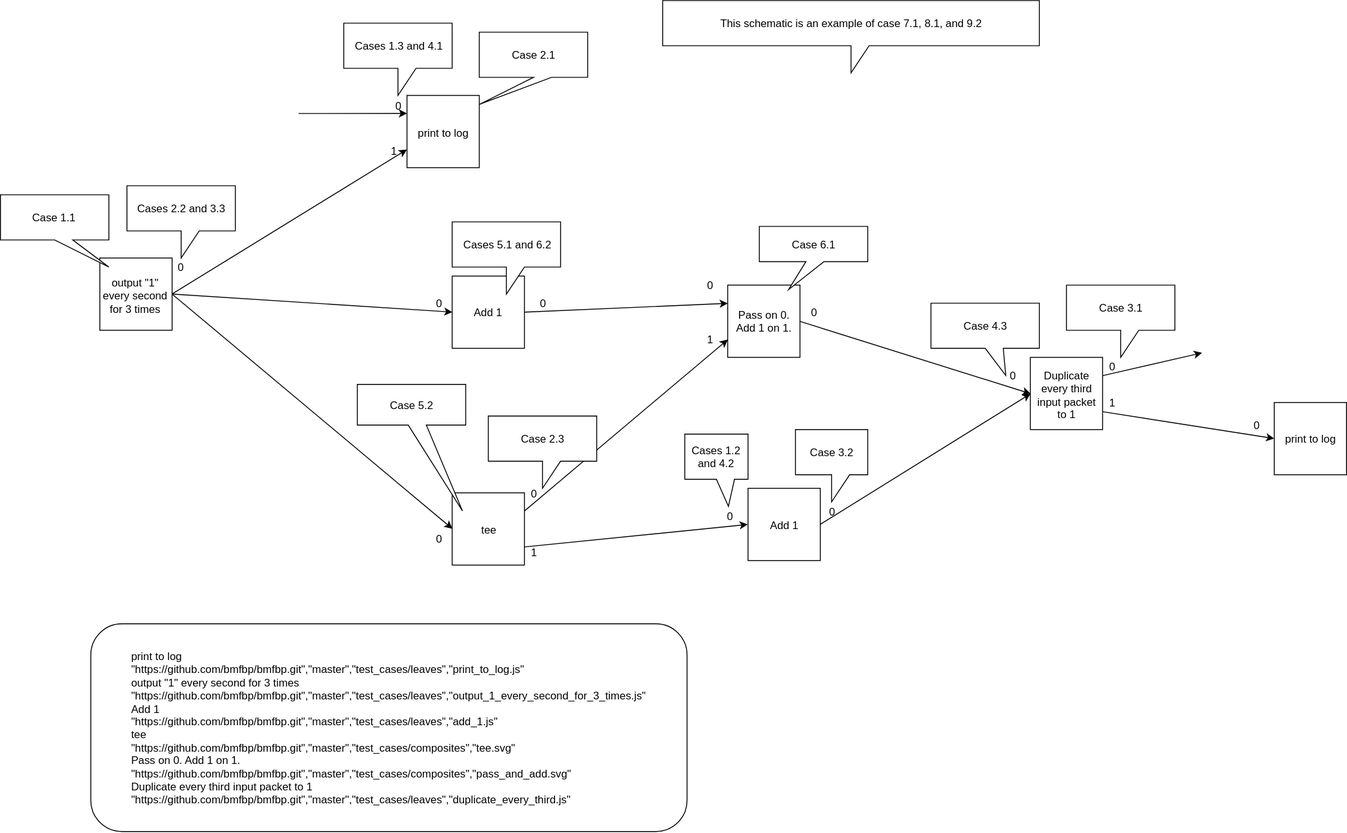
Earlier version of the draw.io export test_cases/all_diagrams.svg (bmfbp/bmfbp). Source tidied: cells renumbered, new cells last; positions are measured from the earlier drawing's top-left corner, leaving out a move shared by most shapes.
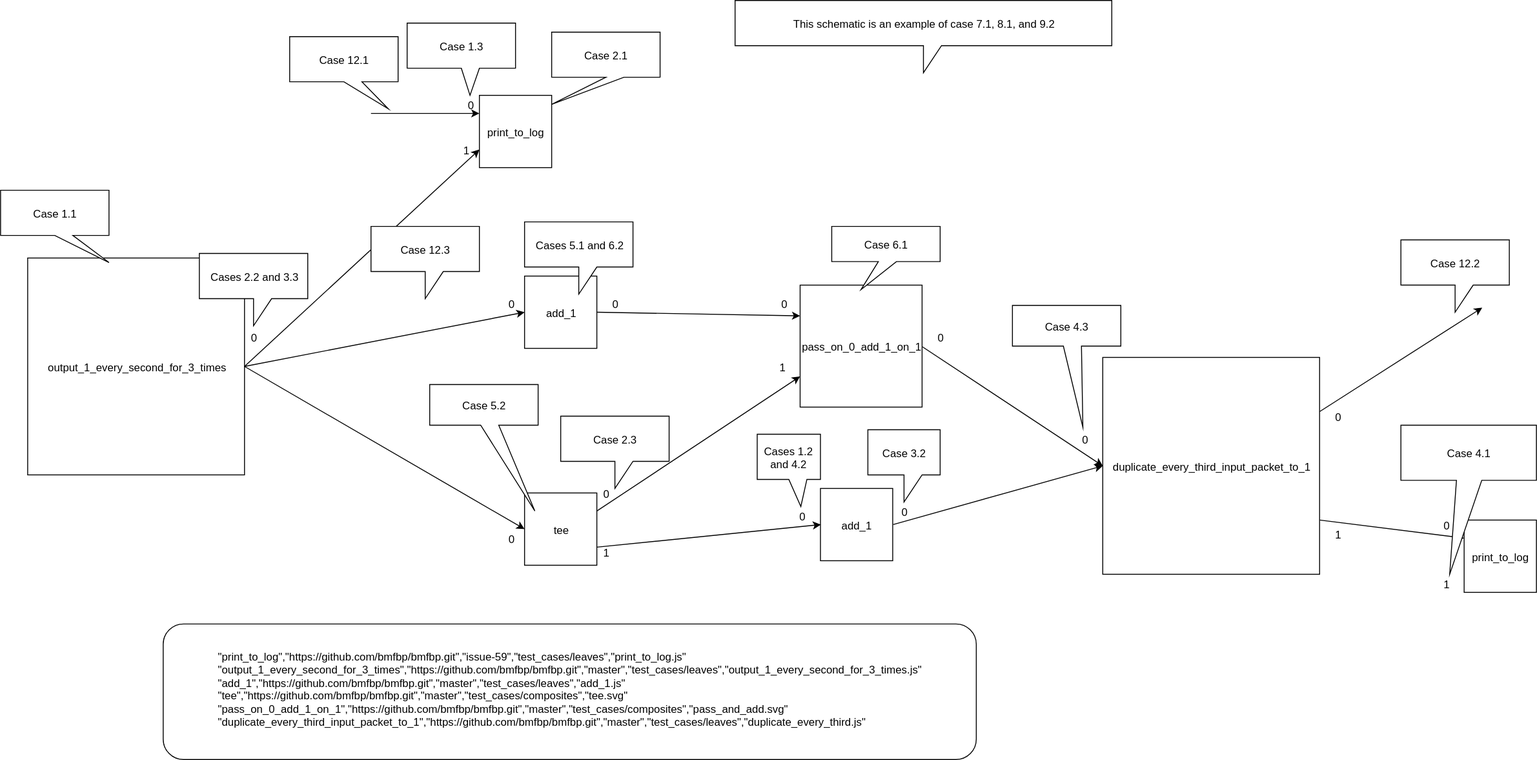
Later version of the same file.

The edit, as a diff of the source:
```diff
@@ -2,26 +2,26 @@
   <root>
     <mxCell id="0" />
     <mxCell id="1" parent="0" />
-    <mxCell id="2" value="output &quot;1&quot; every second for 3 times" style="whiteSpace=wrap;html=1;" parent="1" vertex="1">
-      <mxGeometry x="110" y="285" width="80" height="80" as="geometry" />
+    <mxCell id="2" value="output_1_every_second_for_3_times&lt;br&gt;" style="whiteSpace=wrap;html=1;" parent="1" vertex="1">
+      <mxGeometry x="-50" y="285" width="240" height="240" as="geometry" />
     </mxCell>
-    <mxCell id="3" value="print to log" style="whiteSpace=wrap;html=1;" parent="1" vertex="1">
+    <mxCell id="3" value="print_to_log" style="whiteSpace=wrap;html=1;" parent="1" vertex="1">
       <mxGeometry x="450" y="105" width="80" height="80" as="geometry" />
     </mxCell>
-    <mxCell id="4" value="Add 1" style="whiteSpace=wrap;html=1;" parent="1" vertex="1">
+    <mxCell id="4" value="add_1" style="whiteSpace=wrap;html=1;" parent="1" vertex="1">
       <mxGeometry x="500" y="305" width="80" height="80" as="geometry" />
     </mxCell>
     <mxCell id="5" value="tee" style="whiteSpace=wrap;html=1;" parent="1" vertex="1">
       <mxGeometry x="500" y="545" width="80" height="80" as="geometry" />
     </mxCell>
-    <mxCell id="6" value="Pass on 0. Add 1 on 1." style="whiteSpace=wrap;html=1;" parent="1" vertex="1">
-      <mxGeometry x="805" y="315" width="80" height="80" as="geometry" />
+    <mxCell id="6" value="pass_on_0_add_1_on_1" style="whiteSpace=wrap;html=1;" parent="1" vertex="1">
+      <mxGeometry x="805" y="315" width="135" height="135" as="geometry" />
     </mxCell>
-    <mxCell id="7" value="Add 1" style="whiteSpace=wrap;html=1;" parent="1" vertex="1">
+    <mxCell id="7" value="add_1" style="whiteSpace=wrap;html=1;" parent="1" vertex="1">
       <mxGeometry x="827.5" y="540" width="80" height="80" as="geometry" />
     </mxCell>
-    <mxCell id="8" value="Duplicate every third input packet to 1" style="whiteSpace=wrap;html=1;" parent="1" vertex="1">
-      <mxGeometry x="1140" y="395" width="80" height="80" as="geometry" />
+    <mxCell id="8" value="duplicate_every_third_input_packet_to_1" style="whiteSpace=wrap;html=1;" parent="1" vertex="1">
+      <mxGeometry x="1140" y="395" width="240" height="240" as="geometry" />
     </mxCell>
     <mxCell id="9" style="endArrow=classic;html=1;exitX=1;exitY=0.5;exitDx=0;exitDy=0;entryX=0;entryY=0.75;entryDx=0;entryDy=0;" parent="1" edge="1" source="2" target="3">
       <mxGeometry relative="1" as="geometry" />
@@ -54,14 +54,14 @@
     </mxCell>
     <mxCell id="18" style="endArrow=classic;html=1;exitX=1;exitY=0.25;exitDx=0;exitDy=0;" parent="1" edge="1" source="8">
       <mxGeometry relative="1" as="geometry">
-        <mxPoint x="1330" y="390" as="targetPoint" />
+        <mxPoint x="1560" y="340" as="targetPoint" />
       </mxGeometry>
     </mxCell>
     <mxCell id="19" value="Cases 2.2 and 3.3" style="shape=callout;whiteSpace=wrap;html=1;perimeter=calloutPerimeter;" parent="1" vertex="1">
-      <mxGeometry x="140" y="205" width="120" height="80" as="geometry" />
+      <mxGeometry x="140" y="280" width="120" height="80" as="geometry" />
     </mxCell>
     <mxCell id="20" value="0" style="text;html=1;strokeColor=none;fillColor=none;align=center;verticalAlign=middle;whiteSpace=wrap;rounded=0;" parent="1" vertex="1">
-      <mxGeometry x="180" y="285" width="40" height="20" as="geometry" />
+      <mxGeometry x="180" y="362.5" width="40" height="20" as="geometry" />
     </mxCell>
     <mxCell id="21" value="0" style="text;html=1;strokeColor=none;fillColor=none;align=center;verticalAlign=middle;whiteSpace=wrap;rounded=0;" parent="1" vertex="1">
       <mxGeometry x="420" y="105" width="40" height="20" as="geometry" />
@@ -79,19 +79,19 @@
       <mxGeometry x="580" y="325" width="40" height="20" as="geometry" />
     </mxCell>
     <mxCell id="26" value="0" style="text;html=1;strokeColor=none;fillColor=none;align=center;verticalAlign=middle;whiteSpace=wrap;rounded=0;" parent="1" vertex="1">
-      <mxGeometry x="765" y="305" width="40" height="20" as="geometry" />
+      <mxGeometry x="767.5" y="325" width="40" height="20" as="geometry" />
     </mxCell>
     <mxCell id="27" value="1" style="text;html=1;strokeColor=none;fillColor=none;align=center;verticalAlign=middle;whiteSpace=wrap;rounded=0;" parent="1" vertex="1">
-      <mxGeometry x="765" y="365" width="40" height="20" as="geometry" />
+      <mxGeometry x="765" y="395" width="40" height="20" as="geometry" />
     </mxCell>
     <mxCell id="28" value="0" style="text;html=1;strokeColor=none;fillColor=none;align=center;verticalAlign=middle;whiteSpace=wrap;rounded=0;" parent="1" vertex="1">
       <mxGeometry x="787.5" y="560" width="40" height="20" as="geometry" />
     </mxCell>
     <mxCell id="29" value="0" style="text;html=1;strokeColor=none;fillColor=none;align=center;verticalAlign=middle;whiteSpace=wrap;rounded=0;" parent="1" vertex="1">
-      <mxGeometry x="1100" y="405" width="40" height="20" as="geometry" />
+      <mxGeometry x="1100" y="475" width="40" height="20" as="geometry" />
     </mxCell>
     <mxCell id="30" value="0" style="text;html=1;strokeColor=none;fillColor=none;align=center;verticalAlign=middle;whiteSpace=wrap;rounded=0;" parent="1" vertex="1">
-      <mxGeometry x="1210" y="395" width="40" height="20" as="geometry" />
+      <mxGeometry x="1380" y="450" width="40" height="20" as="geometry" />
     </mxCell>
     <mxCell id="31" value="0" style="text;html=1;strokeColor=none;fillColor=none;align=center;verticalAlign=middle;whiteSpace=wrap;rounded=0;" parent="1" vertex="1">
       <mxGeometry x="570" y="535" width="40" height="20" as="geometry" />
@@ -100,13 +100,13 @@
       <mxGeometry x="570" y="600" width="40" height="20" as="geometry" />
     </mxCell>
     <mxCell id="33" value="0" style="text;html=1;strokeColor=none;fillColor=none;align=center;verticalAlign=middle;whiteSpace=wrap;rounded=0;" parent="1" vertex="1">
-      <mxGeometry x="880" y="335" width="40" height="20" as="geometry" />
+      <mxGeometry x="940" y="362.5" width="40" height="20" as="geometry" />
     </mxCell>
     <mxCell id="34" value="0" style="text;html=1;strokeColor=none;fillColor=none;align=center;verticalAlign=middle;whiteSpace=wrap;rounded=0;" parent="1" vertex="1">
       <mxGeometry x="900" y="555" width="40" height="20" as="geometry" />
     </mxCell>
-    <mxCell id="35" value="Cases 1.3 and 4.1" style="shape=callout;whiteSpace=wrap;html=1;perimeter=calloutPerimeter;" parent="1" vertex="1">
-      <mxGeometry x="380" y="25" width="120" height="80" as="geometry" />
+    <mxCell id="35" value="Case 1.3" style="shape=callout;whiteSpace=wrap;html=1;perimeter=calloutPerimeter;position2=0.58;" parent="1" vertex="1">
+      <mxGeometry x="370" y="25" width="120" height="80" as="geometry" />
     </mxCell>
     <mxCell id="36" value="Cases 5.1 and 6.2" style="shape=callout;whiteSpace=wrap;html=1;perimeter=calloutPerimeter;" parent="1" vertex="1">
       <mxGeometry x="500" y="245" width="120" height="80" as="geometry" />
@@ -117,11 +117,11 @@
     <mxCell id="38" value="Case 2.3" style="shape=callout;whiteSpace=wrap;html=1;perimeter=calloutPerimeter;" parent="1" vertex="1">
       <mxGeometry x="540" y="460" width="120" height="80" as="geometry" />
     </mxCell>
-    <mxCell id="39" value="Case 4.3" style="shape=callout;whiteSpace=wrap;html=1;perimeter=calloutPerimeter;position2=0.69;" parent="1" vertex="1">
-      <mxGeometry x="1030" y="335" width="120" height="80" as="geometry" />
+    <mxCell id="39" value="Case 4.3" style="shape=callout;whiteSpace=wrap;html=1;perimeter=calloutPerimeter;position2=0.65;size=90;position=0.47;" parent="1" vertex="1">
+      <mxGeometry x="1040" y="337.5" width="120" height="135" as="geometry" />
     </mxCell>
-    <mxCell id="40" value="Case 3.1" style="shape=callout;whiteSpace=wrap;html=1;perimeter=calloutPerimeter;" parent="1" vertex="1">
-      <mxGeometry x="1180" y="315" width="120" height="80" as="geometry" />
+    <mxCell id="40" value="Case 12.2" style="shape=callout;whiteSpace=wrap;html=1;perimeter=calloutPerimeter;" parent="1" vertex="1">
+      <mxGeometry x="1470" y="265" width="120" height="80" as="geometry" />
     </mxCell>
     <mxCell id="41" value="Case 3.2" style="shape=callout;whiteSpace=wrap;html=1;perimeter=calloutPerimeter;" parent="1" vertex="1">
       <mxGeometry x="880" y="475" width="80" height="80" as="geometry" />
@@ -133,28 +133,40 @@
       <mxGeometry x="530" y="35" width="120" height="80" as="geometry" />
     </mxCell>
     <mxCell id="44" value="Case 1.1" style="shape=callout;whiteSpace=wrap;html=1;perimeter=calloutPerimeter;position2=1;" parent="1" vertex="1">
-      <mxGeometry y="215" width="120" height="80" as="geometry" />
+      <mxGeometry x="-80" y="210" width="120" height="80" as="geometry" />
     </mxCell>
     <mxCell id="45" value="Case 5.2" style="shape=callout;whiteSpace=wrap;html=1;perimeter=calloutPerimeter;position2=0.97;size=95;position=0.47;" parent="1" vertex="1">
       <mxGeometry x="395" y="425" width="120" height="140" as="geometry" />
     </mxCell>
-    <mxCell id="46" style="endArrow=classic;html=1;exitX=1;exitY=0.75;exitDx=0;exitDy=0;entryX=0;entryY=0.5;entryDx=0;entryDy=0;" parent="1" edge="1" source="8" target="50">
+    <mxCell id="46" style="endArrow=classic;html=1;exitX=1;exitY=0.75;exitDx=0;exitDy=0;entryX=0;entryY=0.25;entryDx=0;entryDy=0;" parent="1" edge="1" source="8" target="50">
       <mxGeometry relative="1" as="geometry" />
     </mxCell>
     <mxCell id="47" value="1" style="text;html=1;strokeColor=none;fillColor=none;align=center;verticalAlign=middle;whiteSpace=wrap;rounded=0;" parent="1" vertex="1">
-      <mxGeometry x="1210" y="435" width="40" height="20" as="geometry" />
+      <mxGeometry x="1380" y="580" width="40" height="20" as="geometry" />
     </mxCell>
     <mxCell id="48" value="This schematic is an example of case 7.1, 8.1, and 9.2" style="shape=callout;whiteSpace=wrap;html=1;perimeter=calloutPerimeter;" parent="1" vertex="1">
       <mxGeometry x="733" width="417" height="80" as="geometry" />
     </mxCell>
-    <mxCell id="49" value="&lt;div style=&quot;text-align: left&quot;&gt;&lt;div&gt;print to log&lt;/div&gt;&lt;div&gt;&quot;https://github.com/bmfbp/bmfbp.git&quot;,&quot;master&quot;,&quot;test_cases/leaves&quot;,&quot;print_to_log.js&quot;&lt;/div&gt;&lt;div&gt;output &quot;1&quot; every second for 3 times&lt;/div&gt;&lt;div&gt;&quot;https://github.com/bmfbp/bmfbp.git&quot;,&quot;master&quot;,&quot;test_cases/leaves&quot;,&quot;output_1_every_second_for_3_times.js&quot;&lt;/div&gt;&lt;div&gt;Add 1&lt;/div&gt;&lt;div&gt;&quot;https://github.com/bmfbp/bmfbp.git&quot;,&quot;master&quot;,&quot;test_cases/leaves&quot;,&quot;add_1.js&quot;&lt;/div&gt;&lt;div&gt;tee&lt;/div&gt;&lt;div&gt;&quot;https://github.com/bmfbp/bmfbp.git&quot;,&quot;master&quot;,&quot;test_cases/composites&quot;,&quot;tee.svg&quot;&lt;/div&gt;&lt;div&gt;Pass on 0. Add 1 on 1.&lt;/div&gt;&lt;div&gt;&quot;https://github.com/bmfbp/bmfbp.git&quot;,&quot;master&quot;,&quot;test_cases/composites&quot;,&quot;pass_and_add.svg&quot;&lt;/div&gt;&lt;div&gt;Duplicate every third input packet to 1&lt;/div&gt;&lt;div&gt;&quot;https://github.com/bmfbp/bmfbp.git&quot;,&quot;master&quot;,&quot;test_cases/leaves&quot;,&quot;duplicate_every_third.js&quot;&lt;/div&gt;&lt;div&gt;&lt;br&gt;&lt;/div&gt;&lt;/div&gt;" style="rounded=1;whiteSpace=wrap;html=1;" parent="1" vertex="1">
-      <mxGeometry x="100" y="690" width="660" height="230" as="geometry" />
+    <mxCell id="49" value="&lt;div style=&quot;text-align: left&quot;&gt;&lt;div&gt;&lt;div&gt;&lt;span&gt;&quot;print_to_log&quot;,&quot;https://github.com/bmfbp/bmfbp.git&quot;,&quot;issue-59&quot;,&quot;test_cases/leaves&quot;,&quot;print_to_log.js&quot;&lt;/span&gt;&lt;/div&gt;&lt;div&gt;&lt;span&gt;&quot;output_1_every_second_for_3_times&quot;,&quot;https://github.com/bmfbp/bmfbp.git&quot;,&quot;master&quot;,&quot;test_cases/leaves&quot;,&quot;output_1_every_second_for_3_times.js&quot;&lt;/span&gt;&lt;/div&gt;&lt;div&gt;&lt;span&gt;&quot;add_1&quot;,&quot;https://github.com/bmfbp/bmfbp.git&quot;,&quot;master&quot;,&quot;test_cases/leaves&quot;,&quot;add_1.js&quot;&lt;/span&gt;&lt;/div&gt;&lt;div&gt;&lt;span&gt;&quot;tee&quot;,&quot;https://github.com/bmfbp/bmfbp.git&quot;,&quot;master&quot;,&quot;test_cases/composites&quot;,&quot;tee.svg&quot;&lt;/span&gt;&lt;/div&gt;&lt;div&gt;&lt;span&gt;&quot;pass_on_0_add_1_on_1&quot;,&quot;https://github.com/bmfbp/bmfbp.git&quot;,&quot;master&quot;,&quot;test_cases/composites&quot;,&quot;pass_and_add.svg&quot;&lt;/span&gt;&lt;/div&gt;&lt;div&gt;&lt;span&gt;&quot;duplicate_every_third_input_packet_to_1&quot;,&quot;https://github.com/bmfbp/bmfbp.git&quot;,&quot;master&quot;,&quot;test_cases/leaves&quot;,&quot;duplicate_every_third.js&quot;&lt;/span&gt;&lt;/div&gt;&lt;/div&gt;&lt;div&gt;&lt;br&gt;&lt;/div&gt;&lt;/div&gt;" style="rounded=1;whiteSpace=wrap;html=1;" parent="1" vertex="1">
+      <mxGeometry x="100" y="690" width="900" height="150" as="geometry" />
     </mxCell>
-    <mxCell id="50" value="print to log" style="whiteSpace=wrap;html=1;" parent="1" vertex="1">
-      <mxGeometry x="1410" y="445" width="80" height="80" as="geometry" />
+    <mxCell id="50" value="print_to_log" style="whiteSpace=wrap;html=1;" parent="1" vertex="1">
+      <mxGeometry x="1540" y="575" width="80" height="80" as="geometry" />
     </mxCell>
     <mxCell id="51" value="0" style="text;html=1;strokeColor=none;fillColor=none;align=center;verticalAlign=middle;whiteSpace=wrap;rounded=0;" parent="1" vertex="1">
-      <mxGeometry x="1370" y="460" width="40" height="20" as="geometry" />
+      <mxGeometry x="1500" y="570" width="40" height="20" as="geometry" />
     </mxCell>
+    <mxCell id="52" value="1" style="text;html=1;strokeColor=none;fillColor=none;align=center;verticalAlign=middle;whiteSpace=wrap;rounded=0;" parent="1" vertex="1">
+      <mxGeometry x="1500" y="635" width="40" height="20" as="geometry" />
+    </mxCell>
+    <mxCell id="53" value="Case 4.1" style="shape=callout;whiteSpace=wrap;html=1;perimeter=calloutPerimeter;position2=0.36;base=28;size=104;position=0.41;" parent="1" vertex="1">
+      <mxGeometry x="1470" y="470" width="150" height="165" as="geometry" />
+    </mxCell>
+    <mxCell id="54" value="Case 12.3" style="shape=callout;whiteSpace=wrap;html=1;perimeter=calloutPerimeter;" parent="1" vertex="1">
+      <mxGeometry x="330" y="250" width="120" height="80" as="geometry" />
+    </mxCell>
+    <mxCell id="55" value="Case 12.1" style="shape=callout;whiteSpace=wrap;html=1;perimeter=calloutPerimeter;position2=0.91;" parent="1" vertex="1">
+      <mxGeometry x="240" y="40" width="120" height="80" as="geometry" />
+    </mxCell>
   </root>
 </mxGraphModel>
```
